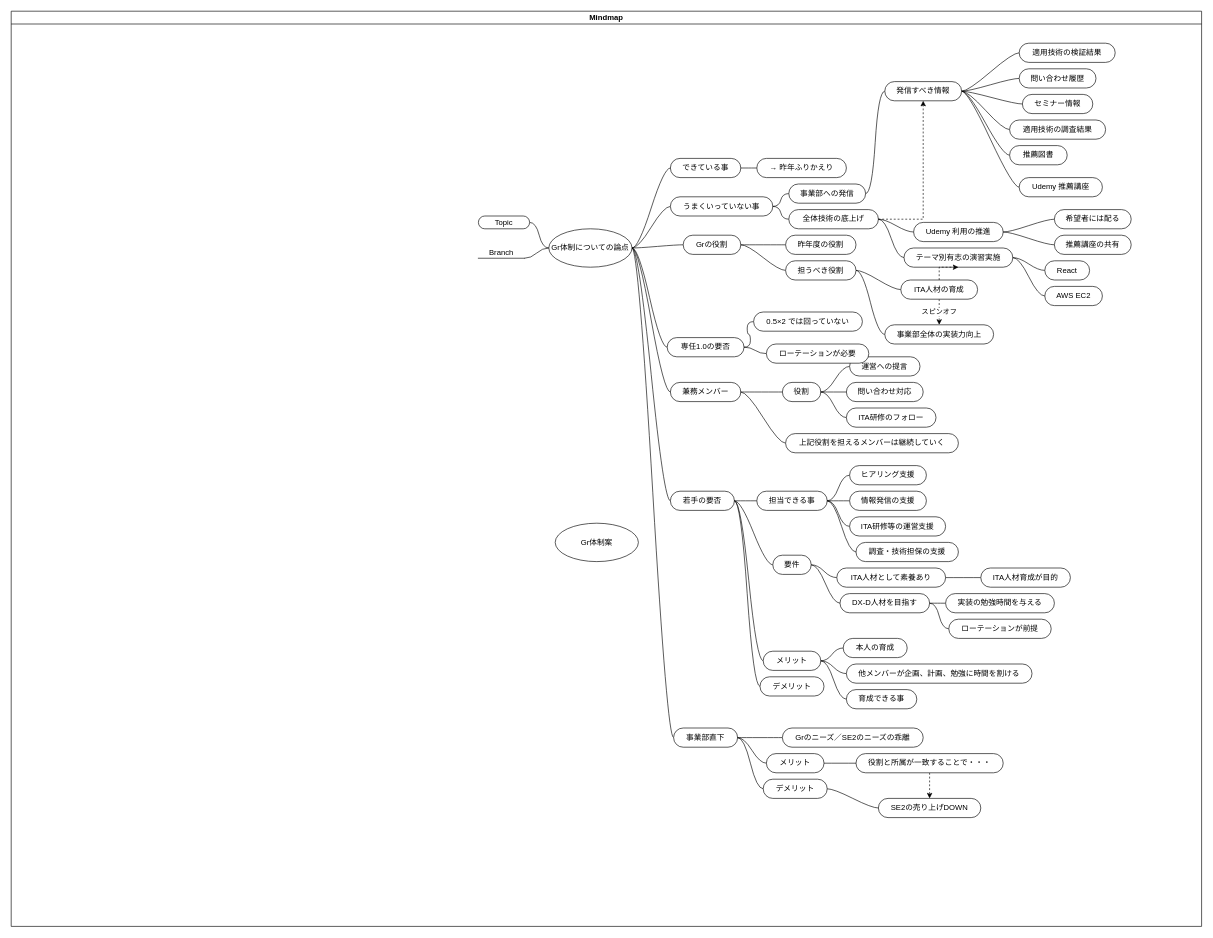
The draw.io diagram Untitled Diagram.drawio in yumatsushima/aws-elastic-beanstalk-express-js-sample, before the edit. Source tidied: cells renumbered, new cells numbered last; positions are measured from the earlier drawing's top-left corner, leaving out a move shared by most shapes. Both pictures are drawn from the tidied source at 64%, with x=0, y=0 at pixel (11, 11).
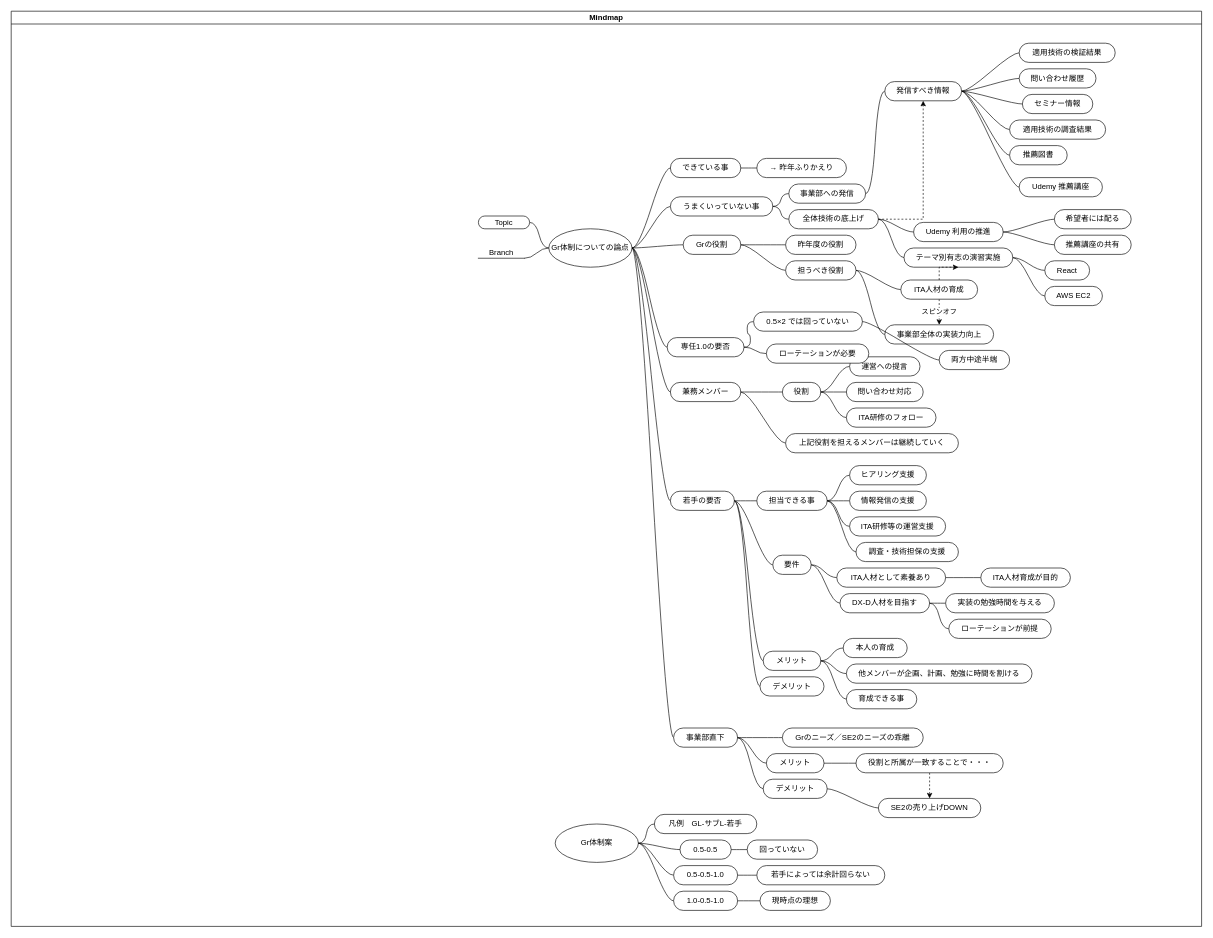
The same page after the edit.

Unchanged cells that the change refers to:
```xml
<mxCell id="2" value="Mindmap" style="swimlane;startSize=20;horizontal=1;containerType=tree;" parent="1" vertex="1">
  <mxGeometry width="1860" height="1430" as="geometry" />
</mxCell>
<mxCell id="67" value="0.5×2 では回っていない" style="whiteSpace=wrap;html=1;rounded=1;arcSize=50;align=center;verticalAlign=middle;strokeWidth=1;spacing=4;newEdgeStyle={&quot;edgeStyle&quot;:&quot;entityRelationEdgeStyle&quot;,&quot;startArrow&quot;:&quot;none&quot;,&quot;endArrow&quot;:&quot;none&quot;,&quot;segment&quot;:10,&quot;curved&quot;:1};" parent="2" vertex="1">
  <mxGeometry x="1160" y="470" width="170" height="30" as="geometry" />
</mxCell>
```

Change to the diagram source:
```diff
@@
     <mxCell id="22" value="Gr体制案" style="ellipse;whiteSpace=wrap;html=1;align=center;newEdgeStyle={&quot;edgeStyle&quot;:&quot;entityRelationEdgeStyle&quot;,&quot;startArrow&quot;:&quot;none&quot;,&quot;endArrow&quot;:&quot;none&quot;,&quot;segment&quot;:10,&quot;curved&quot;:1};" parent="2" vertex="1">
-      <mxGeometry x="850" y="800" width="130" height="60" as="geometry" />
+      <mxGeometry x="850" y="1270" width="130" height="60" as="geometry" />
     </mxCell>
@@
+    <mxCell id="123" style="edgeStyle=entityRelationEdgeStyle;startArrow=none;endArrow=none;segment=10;curved=1;rounded=0;entryX=0;entryY=0.5;entryDx=0;entryDy=0;exitX=1;exitY=0.5;exitDx=0;exitDy=0;" parent="2" edge="1" source="22" target="124">
+      <mxGeometry relative="1" as="geometry" />
+    </mxCell>
+    <mxCell id="124" value="0.5-0.5" style="whiteSpace=wrap;html=1;rounded=1;arcSize=50;align=center;verticalAlign=middle;strokeWidth=1;spacing=4;newEdgeStyle={&quot;edgeStyle&quot;:&quot;entityRelationEdgeStyle&quot;,&quot;startArrow&quot;:&quot;none&quot;,&quot;endArrow&quot;:&quot;none&quot;,&quot;segment&quot;:10,&quot;curved&quot;:1};" parent="2" vertex="1">
+      <mxGeometry x="1045" y="1295" width="80" height="30" as="geometry" />
+    </mxCell>
+    <mxCell id="125" style="edgeStyle=entityRelationEdgeStyle;startArrow=none;endArrow=none;segment=10;curved=1;rounded=0;" parent="2" edge="1" source="67" target="126">
+      <mxGeometry relative="1" as="geometry" />
+    </mxCell>
+    <mxCell id="126" value="両方中途半端" style="whiteSpace=wrap;html=1;rounded=1;arcSize=50;align=center;verticalAlign=middle;strokeWidth=1;spacing=4;newEdgeStyle={&quot;edgeStyle&quot;:&quot;entityRelationEdgeStyle&quot;,&quot;startArrow&quot;:&quot;none&quot;,&quot;endArrow&quot;:&quot;none&quot;,&quot;segment&quot;:10,&quot;curved&quot;:1};" parent="2" vertex="1">
+      <mxGeometry x="1450" y="530" width="110" height="30" as="geometry" />
+    </mxCell>
+    <mxCell id="127" style="edgeStyle=entityRelationEdgeStyle;startArrow=none;endArrow=none;segment=10;curved=1;rounded=0;entryX=0;entryY=0.5;entryDx=0;entryDy=0;exitX=1;exitY=0.5;exitDx=0;exitDy=0;" parent="2" edge="1" source="22" target="128">
+      <mxGeometry relative="1" as="geometry" />
+    </mxCell>
+    <mxCell id="128" value="0.5-0.5-1.0" style="whiteSpace=wrap;html=1;rounded=1;arcSize=50;align=center;verticalAlign=middle;strokeWidth=1;spacing=4;newEdgeStyle={&quot;edgeStyle&quot;:&quot;entityRelationEdgeStyle&quot;,&quot;startArrow&quot;:&quot;none&quot;,&quot;endArrow&quot;:&quot;none&quot;,&quot;segment&quot;:10,&quot;curved&quot;:1};" parent="2" vertex="1">
+      <mxGeometry x="1035" y="1335" width="100" height="30" as="geometry" />
+    </mxCell>
+    <mxCell id="129" style="edgeStyle=entityRelationEdgeStyle;startArrow=none;endArrow=none;segment=10;curved=1;rounded=0;entryX=0;entryY=0.5;entryDx=0;entryDy=0;exitX=1;exitY=0.5;exitDx=0;exitDy=0;" parent="2" edge="1" source="22" target="130">
+      <mxGeometry relative="1" as="geometry" />
+    </mxCell>
+    <mxCell id="130" value="1.0-0.5-1.0" style="whiteSpace=wrap;html=1;rounded=1;arcSize=50;align=center;verticalAlign=middle;strokeWidth=1;spacing=4;newEdgeStyle={&quot;edgeStyle&quot;:&quot;entityRelationEdgeStyle&quot;,&quot;startArrow&quot;:&quot;none&quot;,&quot;endArrow&quot;:&quot;none&quot;,&quot;segment&quot;:10,&quot;curved&quot;:1};" parent="2" vertex="1">
+      <mxGeometry x="1035" y="1375" width="100" height="30" as="geometry" />
+    </mxCell>
+    <mxCell id="131" style="edgeStyle=entityRelationEdgeStyle;startArrow=none;endArrow=none;segment=10;curved=1;rounded=0;entryX=0;entryY=0.5;entryDx=0;entryDy=0;exitX=1;exitY=0.5;exitDx=0;exitDy=0;" parent="2" edge="1" source="124" target="132">
+      <mxGeometry relative="1" as="geometry" />
+    </mxCell>
+    <mxCell id="132" value="回っていない" style="whiteSpace=wrap;html=1;rounded=1;arcSize=50;align=center;verticalAlign=middle;strokeWidth=1;spacing=4;newEdgeStyle={&quot;edgeStyle&quot;:&quot;entityRelationEdgeStyle&quot;,&quot;startArrow&quot;:&quot;none&quot;,&quot;endArrow&quot;:&quot;none&quot;,&quot;segment&quot;:10,&quot;curved&quot;:1};" parent="2" vertex="1">
+      <mxGeometry x="1150" y="1295" width="110" height="30" as="geometry" />
+    </mxCell>
+    <mxCell id="133" style="edgeStyle=entityRelationEdgeStyle;startArrow=none;endArrow=none;segment=10;curved=1;rounded=0;entryX=0;entryY=0.5;entryDx=0;entryDy=0;exitX=1;exitY=0.5;exitDx=0;exitDy=0;" parent="2" edge="1" source="128" target="134">
+      <mxGeometry relative="1" as="geometry" />
+    </mxCell>
+    <mxCell id="134" value="若手によっては余計回らない" style="whiteSpace=wrap;html=1;rounded=1;arcSize=50;align=center;verticalAlign=middle;strokeWidth=1;spacing=4;newEdgeStyle={&quot;edgeStyle&quot;:&quot;entityRelationEdgeStyle&quot;,&quot;startArrow&quot;:&quot;none&quot;,&quot;endArrow&quot;:&quot;none&quot;,&quot;segment&quot;:10,&quot;curved&quot;:1};" parent="2" vertex="1">
+      <mxGeometry x="1165" y="1335" width="200" height="30" as="geometry" />
+    </mxCell>
+    <mxCell id="135" style="edgeStyle=entityRelationEdgeStyle;startArrow=none;endArrow=none;segment=10;curved=1;rounded=0;entryX=0;entryY=0.5;entryDx=0;entryDy=0;exitX=1;exitY=0.5;exitDx=0;exitDy=0;" parent="2" edge="1" source="130" target="136">
+      <mxGeometry relative="1" as="geometry" />
+    </mxCell>
+    <mxCell id="136" value="現時点の理想" style="whiteSpace=wrap;html=1;rounded=1;arcSize=50;align=center;verticalAlign=middle;strokeWidth=1;spacing=4;newEdgeStyle={&quot;edgeStyle&quot;:&quot;entityRelationEdgeStyle&quot;,&quot;startArrow&quot;:&quot;none&quot;,&quot;endArrow&quot;:&quot;none&quot;,&quot;segment&quot;:10,&quot;curved&quot;:1};" parent="2" vertex="1">
+      <mxGeometry x="1170" y="1375" width="110" height="30" as="geometry" />
+    </mxCell>
+    <mxCell id="137" style="edgeStyle=entityRelationEdgeStyle;startArrow=none;endArrow=none;segment=10;curved=1;rounded=0;entryX=0;entryY=0.5;entryDx=0;entryDy=0;exitX=1;exitY=0.5;exitDx=0;exitDy=0;" parent="2" edge="1" source="22" target="138">
+      <mxGeometry relative="1" as="geometry" />
+    </mxCell>
+    <mxCell id="138" value="凡例　GL-サブL-若手" style="whiteSpace=wrap;html=1;rounded=1;arcSize=50;align=center;verticalAlign=middle;strokeWidth=1;spacing=4;newEdgeStyle={&quot;edgeStyle&quot;:&quot;entityRelationEdgeStyle&quot;,&quot;startArrow&quot;:&quot;none&quot;,&quot;endArrow&quot;:&quot;none&quot;,&quot;segment&quot;:10,&quot;curved&quot;:1};" parent="2" vertex="1">
+      <mxGeometry x="1005" y="1255" width="160" height="30" as="geometry" />
+    </mxCell>
```
